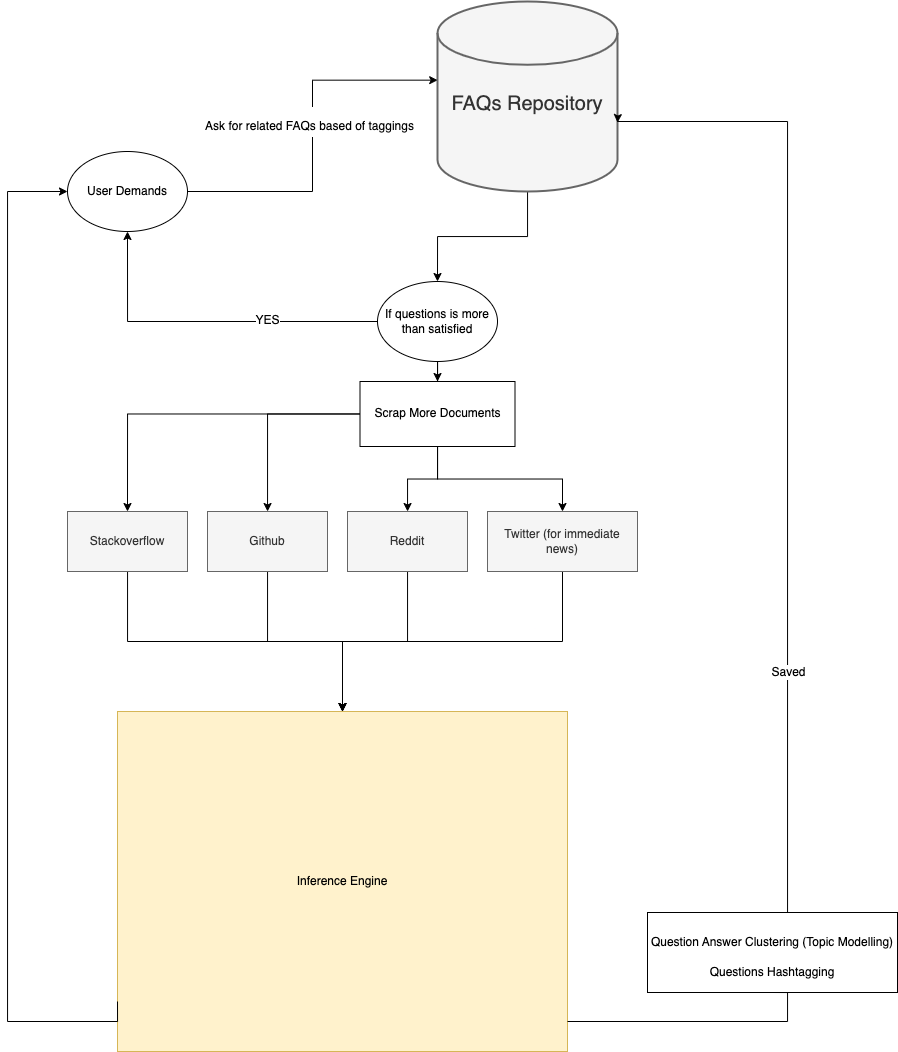
Earlier version of the draw.io export report/assets/faq_repo_workflow.png (Shaunmak1214/Time-Series-Based-Text-Summarization). Source tidied: cells renumbered, new cells last; positions are measured from the earlier drawing's top-left corner, leaving out a move shared by most shapes.
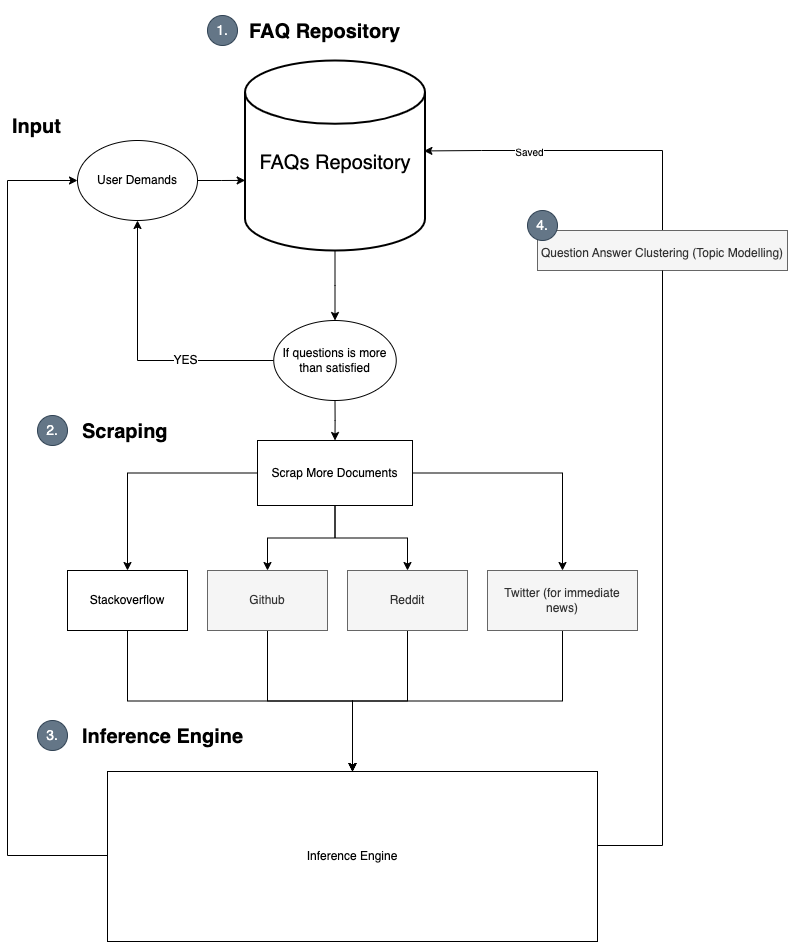
The same file after the commit.

Change to the diagram source:
```diff
@@ -2,107 +2,130 @@
   <root>
     <mxCell id="0" />
     <mxCell id="1" parent="0" />
-    <mxCell id="2" style="edgeStyle=orthogonalEdgeStyle;rounded=0;jettySize=auto;html=1;entryX=0.001;entryY=0.414;entryDx=0;entryDy=0;entryPerimeter=0;fontSize=25;" parent="1" edge="1" source="4" target="15">
-      <mxGeometry relative="1" as="geometry" />
+    <mxCell id="2" value="&lt;h1&gt;&lt;font style=&quot;font-size: 20px;&quot;&gt;Inference Engine&lt;/font&gt;&lt;/h1&gt;" style="text;html=1;strokeColor=none;fillColor=none;spacing=5;spacingTop=-20;whiteSpace=wrap;overflow=hidden;rounded=0;" parent="1" vertex="1">
+      <mxGeometry x="-1010" y="640" width="190" height="40" as="geometry" />
     </mxCell>
-    <mxCell id="3" value="&lt;font style=&quot;font-size: 12px;&quot;&gt;Ask for related FAQs based of taggings&lt;/font&gt;" style="edgeLabel;html=1;align=center;verticalAlign=middle;fontSize=25;" parent="2" vertex="1">
-      <mxGeometry x="0.08" y="3" relative="1" as="geometry" />
+    <mxCell id="3" value="&lt;h1&gt;&lt;font style=&quot;font-size: 20px;&quot;&gt;Input&lt;/font&gt;&lt;/h1&gt;" style="text;html=1;strokeColor=none;fillColor=none;spacing=5;spacingTop=-20;whiteSpace=wrap;overflow=hidden;rounded=0;" parent="1" vertex="1">
+      <mxGeometry x="-1080" y="30" width="190" height="40" as="geometry" />
     </mxCell>
-    <mxCell id="4" value="User Demands" style="ellipse;whiteSpace=wrap;html=1;" parent="1" vertex="1">
-      <mxGeometry x="60" y="150" width="120" height="80" as="geometry" />
+    <mxCell id="4" style="edgeStyle=orthogonalEdgeStyle;rounded=0;jettySize=auto;html=1;entryX=0.001;entryY=0.631;entryDx=0;entryDy=0;entryPerimeter=0;fontSize=10;" parent="1" edge="1" source="5" target="33">
+      <mxGeometry relative="1" as="geometry" />
     </mxCell>
-    <mxCell id="5" style="edgeStyle=orthogonalEdgeStyle;rounded=0;jettySize=auto;html=1;" parent="1" edge="1" source="6" target="13">
-      <mxGeometry relative="1" as="geometry" />
+    <mxCell id="5" value="User Demands" style="ellipse;whiteSpace=wrap;html=1;" parent="1" vertex="1">
+      <mxGeometry x="-1010" y="65" width="120" height="80" as="geometry" />
     </mxCell>
-    <mxCell id="6" value="Stackoverflow" style="rounded=0;whiteSpace=wrap;html=1;fillColor=#f5f5f5;strokeColor=#666666;fontColor=#333333;" parent="1" vertex="1">
-      <mxGeometry x="60" y="510" width="120" height="60" as="geometry" />
+    <mxCell id="6" value="&lt;h1&gt;&lt;font style=&quot;font-size: 20px;&quot;&gt;Scraping&lt;/font&gt;&lt;/h1&gt;" style="text;html=1;strokeColor=none;fillColor=none;spacing=5;spacingTop=-20;whiteSpace=wrap;overflow=hidden;rounded=0;" parent="1" vertex="1">
+      <mxGeometry x="-1010" y="335" width="190" height="40" as="geometry" />
     </mxCell>
-    <mxCell id="7" style="edgeStyle=orthogonalEdgeStyle;rounded=0;jettySize=auto;html=1;entryX=0.5;entryY=0;entryDx=0;entryDy=0;" parent="1" edge="1" source="8" target="13">
+    <mxCell id="7" style="edgeStyle=orthogonalEdgeStyle;rounded=0;jettySize=auto;html=1;" parent="1" edge="1" source="8" target="37">
       <mxGeometry relative="1" as="geometry" />
     </mxCell>
-    <mxCell id="8" value="Github" style="rounded=0;whiteSpace=wrap;html=1;fillColor=#f5f5f5;fontColor=#333333;strokeColor=#666666;" parent="1" vertex="1">
-      <mxGeometry x="200" y="510" width="120" height="60" as="geometry" />
+    <mxCell id="8" value="Stackoverflow" style="rounded=0;whiteSpace=wrap;html=1;" parent="1" vertex="1">
+      <mxGeometry x="-1020" y="495" width="120" height="60" as="geometry" />
     </mxCell>
-    <mxCell id="9" style="edgeStyle=orthogonalEdgeStyle;rounded=0;jettySize=auto;html=1;entryX=0.5;entryY=0;entryDx=0;entryDy=0;" parent="1" edge="1" source="10" target="13">
+    <mxCell id="9" style="edgeStyle=orthogonalEdgeStyle;rounded=0;jettySize=auto;html=1;" parent="1" edge="1" source="10" target="37">
       <mxGeometry relative="1" as="geometry" />
     </mxCell>
-    <mxCell id="10" value="Reddit" style="rounded=0;whiteSpace=wrap;html=1;fillColor=#f5f5f5;fontColor=#333333;strokeColor=#666666;" parent="1" vertex="1">
-      <mxGeometry x="340" y="510" width="120" height="60" as="geometry" />
+    <mxCell id="10" value="Github" style="rounded=0;whiteSpace=wrap;html=1;fillColor=#f5f5f5;fontColor=#333333;strokeColor=#666666;" parent="1" vertex="1">
+      <mxGeometry x="-880" y="495" width="120" height="60" as="geometry" />
     </mxCell>
-    <mxCell id="11" style="edgeStyle=orthogonalEdgeStyle;rounded=0;jettySize=auto;html=1;entryX=0.5;entryY=0;entryDx=0;entryDy=0;" parent="1" edge="1" source="12" target="13">
+    <mxCell id="11" style="edgeStyle=orthogonalEdgeStyle;rounded=0;jettySize=auto;html=1;" parent="1" edge="1" source="12" target="37">
       <mxGeometry relative="1" as="geometry" />
     </mxCell>
-    <mxCell id="12" value="Twitter (for immediate news)" style="rounded=0;whiteSpace=wrap;html=1;fillColor=#f5f5f5;fontColor=#333333;strokeColor=#666666;" parent="1" vertex="1">
-      <mxGeometry x="480" y="510" width="150" height="60" as="geometry" />
+    <mxCell id="12" value="Reddit" style="rounded=0;whiteSpace=wrap;html=1;fillColor=#f5f5f5;fontColor=#333333;strokeColor=#666666;" parent="1" vertex="1">
+      <mxGeometry x="-740" y="495" width="120" height="60" as="geometry" />
     </mxCell>
-    <mxCell id="13" value="Inference Engine" style="rounded=0;whiteSpace=wrap;html=1;fillColor=#fff2cc;strokeColor=#d6b656;" parent="1" vertex="1">
-      <mxGeometry x="110" y="710" width="450" height="340" as="geometry" />
+    <mxCell id="13" style="edgeStyle=orthogonalEdgeStyle;rounded=0;jettySize=auto;html=1;" parent="1" edge="1" source="14" target="37">
+      <mxGeometry relative="1" as="geometry" />
     </mxCell>
-    <mxCell id="14" style="edgeStyle=orthogonalEdgeStyle;rounded=0;jettySize=auto;html=1;fontSize=12;" parent="1" edge="1" source="15" target="24">
-      <mxGeometry relative="1" as="geometry" />
+    <mxCell id="14" value="Twitter (for immediate news)" style="rounded=0;whiteSpace=wrap;html=1;fillColor=#f5f5f5;fontColor=#333333;strokeColor=#666666;" parent="1" vertex="1">
+      <mxGeometry x="-600" y="495" width="150" height="60" as="geometry" />
     </mxCell>
-    <mxCell id="15" value="&lt;font style=&quot;&quot;&gt;&lt;br&gt;&lt;font style=&quot;font-size: 20px;&quot;&gt;FAQs Repository&lt;/font&gt;&lt;/font&gt;" style="strokeWidth=2;html=1;shape=mxgraph.flowchart.database;whiteSpace=wrap;fillColor=#f5f5f5;strokeColor=#666666;fontColor=#333333;" parent="1" vertex="1">
-      <mxGeometry x="430" width="180" height="190" as="geometry" />
+    <mxCell id="15" style="edgeStyle=orthogonalEdgeStyle;rounded=0;jettySize=auto;html=1;fontSize=12;" parent="1" edge="1" source="33" target="24">
+      <mxGeometry relative="1" as="geometry" />
     </mxCell>
-    <mxCell id="16" style="edgeStyle=orthogonalEdgeStyle;rounded=0;jettySize=auto;html=1;fontSize=25;startArrow=none;entryX=1;entryY=0.637;entryDx=0;entryDy=0;entryPerimeter=0;" parent="1" edge="1" source="19" target="15">
+    <mxCell id="16" style="edgeStyle=orthogonalEdgeStyle;rounded=0;jettySize=auto;html=1;entryX=0;entryY=0.5;entryDx=0;entryDy=0;fontSize=12;exitX=0;exitY=0.5;exitDx=0;exitDy=0;" parent="1" edge="1" source="37" target="5">
       <mxGeometry relative="1" as="geometry">
         <Array as="points">
-          <mxPoint x="780" y="120" />
-          <mxPoint x="610" y="120" />
+          <mxPoint x="-970" y="781" />
+          <mxPoint x="-970" y="780" />
+          <mxPoint x="-1080" y="780" />
+          <mxPoint x="-1080" y="105" />
         </Array>
       </mxGeometry>
     </mxCell>
-    <mxCell id="17" value="Saved" style="edgeLabel;html=1;align=center;verticalAlign=middle;fontSize=12;" parent="16" vertex="1">
-      <mxGeometry x="-0.5" relative="1" as="geometry" />
+    <mxCell id="17" style="edgeStyle=orthogonalEdgeStyle;rounded=0;jettySize=auto;html=1;entryX=0.994;entryY=0.476;entryDx=0;entryDy=0;entryPerimeter=0;fontSize=10;" parent="1" edge="1" source="19" target="33">
+      <mxGeometry relative="1" as="geometry">
+        <Array as="points">
+          <mxPoint x="-425" y="75" />
+          <mxPoint x="-606" y="75" />
+        </Array>
+      </mxGeometry>
     </mxCell>
-    <mxCell id="18" style="edgeStyle=orthogonalEdgeStyle;rounded=0;jettySize=auto;html=1;entryX=0;entryY=0.5;entryDx=0;entryDy=0;fontSize=12;" parent="1" edge="1" target="4">
-      <mxGeometry relative="1" as="geometry">
-        <mxPoint x="110" y="1000" as="sourcePoint" />
-        <Array as="points">
-          <mxPoint x="110" y="1020" />
-          <mxPoint y="1020" />
-          <mxPoint y="190" />
-        </Array>
-      </mxGeometry>
+    <mxCell id="18" value="Saved" style="edgeLabel;html=1;align=center;verticalAlign=middle;fontSize=10;" parent="17" vertex="1">
+      <mxGeometry x="0.34" relative="1" as="geometry" />
     </mxCell>
-    <mxCell id="19" value="&lt;font style=&quot;font-size: 12px;&quot;&gt;Question Answer Clustering (Topic Modelling)&lt;br&gt;Questions Hashtagging&lt;/font&gt;" style="rounded=0;whiteSpace=wrap;html=1;fontSize=25;" parent="1" vertex="1">
-      <mxGeometry x="640" y="911" width="250" height="80" as="geometry" />
+    <mxCell id="19" value="&lt;div style=&quot;line-height: 100%;&quot;&gt;&lt;span style=&quot;font-size: 12px; background-color: initial;&quot;&gt;Question Answer Clustering (Topic Modelling)&lt;/span&gt;&lt;/div&gt;" style="rounded=0;whiteSpace=wrap;html=1;fontSize=25;fillColor=#f5f5f5;fontColor=#333333;strokeColor=#666666;align=center;" parent="1" vertex="1">
+      <mxGeometry x="-550" y="155" width="250" height="40" as="geometry" />
     </mxCell>
-    <mxCell id="20" style="edgeStyle=orthogonalEdgeStyle;rounded=0;jettySize=auto;html=1;entryX=0.5;entryY=1;entryDx=0;entryDy=0;entryPerimeter=0;fontSize=25;endArrow=none;" parent="1" edge="1" target="19">
+    <mxCell id="20" style="edgeStyle=orthogonalEdgeStyle;rounded=0;jettySize=auto;html=1;entryX=0.5;entryY=1;entryDx=0;entryDy=0;entryPerimeter=0;fontSize=25;endArrow=none;exitX=0.999;exitY=0.424;exitDx=0;exitDy=0;exitPerimeter=0;" parent="1" edge="1" source="37" target="19">
       <mxGeometry relative="1" as="geometry">
-        <mxPoint x="560" y="1020" as="sourcePoint" />
         <Array as="points">
-          <mxPoint x="560" y="1020" />
-          <mxPoint x="780" y="1020" />
+          <mxPoint x="-490" y="770" />
+          <mxPoint x="-425" y="770" />
         </Array>
       </mxGeometry>
     </mxCell>
-    <mxCell id="21" style="edgeStyle=orthogonalEdgeStyle;rounded=0;jettySize=auto;html=1;entryX=0.5;entryY=1;entryDx=0;entryDy=0;fontSize=12;" parent="1" edge="1" source="24" target="4">
+    <mxCell id="21" style="edgeStyle=orthogonalEdgeStyle;rounded=0;jettySize=auto;html=1;entryX=0.5;entryY=1;entryDx=0;entryDy=0;fontSize=12;" parent="1" edge="1" source="24" target="5">
       <mxGeometry relative="1" as="geometry" />
     </mxCell>
     <mxCell id="22" value="YES" style="edgeLabel;html=1;align=center;verticalAlign=middle;fontSize=12;" parent="21" vertex="1">
       <mxGeometry x="-0.35" y="-1" relative="1" as="geometry" />
     </mxCell>
-    <mxCell id="23" style="edgeStyle=orthogonalEdgeStyle;rounded=0;jettySize=auto;html=1;fontSize=12;entryX=0.5;entryY=0;entryDx=0;entryDy=0;" parent="1" edge="1" source="24" target="29">
+    <mxCell id="23" style="edgeStyle=orthogonalEdgeStyle;rounded=0;jettySize=auto;html=1;entryX=0.5;entryY=0;entryDx=0;entryDy=0;fontSize=10;" parent="1" edge="1" source="24" target="29">
       <mxGeometry relative="1" as="geometry" />
     </mxCell>
     <mxCell id="24" value="If questions is more than satisfied" style="ellipse;whiteSpace=wrap;html=1;fontSize=12;" parent="1" vertex="1">
-      <mxGeometry x="370" y="280" width="120" height="80" as="geometry" />
+      <mxGeometry x="-813.8" y="245" width="122.5" height="80" as="geometry" />
     </mxCell>
-    <mxCell id="25" style="edgeStyle=orthogonalEdgeStyle;rounded=0;jettySize=auto;html=1;fontSize=12;" parent="1" edge="1" source="29" target="12">
+    <mxCell id="25" style="edgeStyle=orthogonalEdgeStyle;rounded=0;jettySize=auto;html=1;fontSize=10;" parent="1" edge="1" source="29" target="8">
       <mxGeometry relative="1" as="geometry" />
     </mxCell>
-    <mxCell id="26" style="edgeStyle=orthogonalEdgeStyle;rounded=0;jettySize=auto;html=1;fontSize=12;" parent="1" edge="1" source="29" target="10">
+    <mxCell id="26" style="edgeStyle=orthogonalEdgeStyle;rounded=0;jettySize=auto;html=1;fontSize=10;" parent="1" edge="1" source="29" target="10">
       <mxGeometry relative="1" as="geometry" />
     </mxCell>
-    <mxCell id="27" style="edgeStyle=orthogonalEdgeStyle;rounded=0;jettySize=auto;html=1;fontSize=12;" parent="1" edge="1" source="29" target="8">
+    <mxCell id="27" style="edgeStyle=orthogonalEdgeStyle;rounded=0;jettySize=auto;html=1;fontSize=10;" parent="1" edge="1" source="29" target="12">
       <mxGeometry relative="1" as="geometry" />
     </mxCell>
-    <mxCell id="28" style="edgeStyle=orthogonalEdgeStyle;rounded=0;jettySize=auto;html=1;entryX=0.5;entryY=0;entryDx=0;entryDy=0;fontSize=12;" parent="1" edge="1" source="29" target="6">
+    <mxCell id="28" style="edgeStyle=orthogonalEdgeStyle;rounded=0;jettySize=auto;html=1;fontSize=10;" parent="1" edge="1" source="29" target="14">
       <mxGeometry relative="1" as="geometry" />
     </mxCell>
     <mxCell id="29" value="Scrap More Documents" style="rounded=0;whiteSpace=wrap;html=1;fontSize=12;" parent="1" vertex="1">
-      <mxGeometry x="352.5" y="380" width="155" height="65" as="geometry" />
+      <mxGeometry x="-830" y="365" width="155" height="65" as="geometry" />
     </mxCell>
+    <mxCell id="30" value="2." style="ellipse;whiteSpace=wrap;html=1;fontSize=14;fillColor=#647687;fontColor=#ffffff;strokeColor=#314354;" parent="1" vertex="1">
+      <mxGeometry x="-1050" y="340" width="30" height="30" as="geometry" />
+    </mxCell>
+    <mxCell id="31" value="3." style="ellipse;whiteSpace=wrap;html=1;fontSize=14;fillColor=#647687;fontColor=#ffffff;strokeColor=#314354;" parent="1" vertex="1">
+      <mxGeometry x="-1050" y="645" width="30" height="30" as="geometry" />
+    </mxCell>
+    <mxCell id="32" value="4." style="ellipse;whiteSpace=wrap;html=1;fontSize=14;fillColor=#647687;fontColor=#ffffff;strokeColor=#314354;" parent="1" vertex="1">
+      <mxGeometry x="-560" y="135" width="30" height="30" as="geometry" />
+    </mxCell>
+    <mxCell id="33" value="&lt;font style=&quot;&quot;&gt;&lt;br&gt;&lt;font style=&quot;font-size: 20px;&quot;&gt;FAQs Repository&lt;/font&gt;&lt;/font&gt;" style="strokeWidth=2;html=1;shape=mxgraph.flowchart.database;whiteSpace=wrap;" parent="1" vertex="1">
+      <mxGeometry x="-842.5" y="-15" width="180" height="190" as="geometry" />
+    </mxCell>
+    <mxCell id="34" style="group;" parent="1" vertex="1">
+      <mxGeometry x="-880" y="-65" width="227" height="40" as="geometry" />
+    </mxCell>
+    <mxCell id="35" value="1." style="ellipse;whiteSpace=wrap;html=1;fontSize=14;fillColor=#647687;fontColor=#ffffff;strokeColor=#314354;" parent="34" vertex="1">
+      <mxGeometry y="5" width="30" height="30" as="geometry" />
+    </mxCell>
+    <mxCell id="36" value="&lt;h1&gt;&lt;font style=&quot;font-size: 20px;&quot;&gt;FAQ Repository&lt;/font&gt;&lt;/h1&gt;" style="text;html=1;strokeColor=none;fillColor=none;spacing=5;spacingTop=-20;whiteSpace=wrap;overflow=hidden;rounded=0;" parent="34" vertex="1">
+      <mxGeometry x="37" width="190" height="40" as="geometry" />
+    </mxCell>
+    <mxCell id="37" value="Inference Engine" style="rounded=0;whiteSpace=wrap;html=1;" parent="1" vertex="1">
+      <mxGeometry x="-980" y="696" width="490" height="170" as="geometry" />
+    </mxCell>
   </root>
 </mxGraphModel>
```
